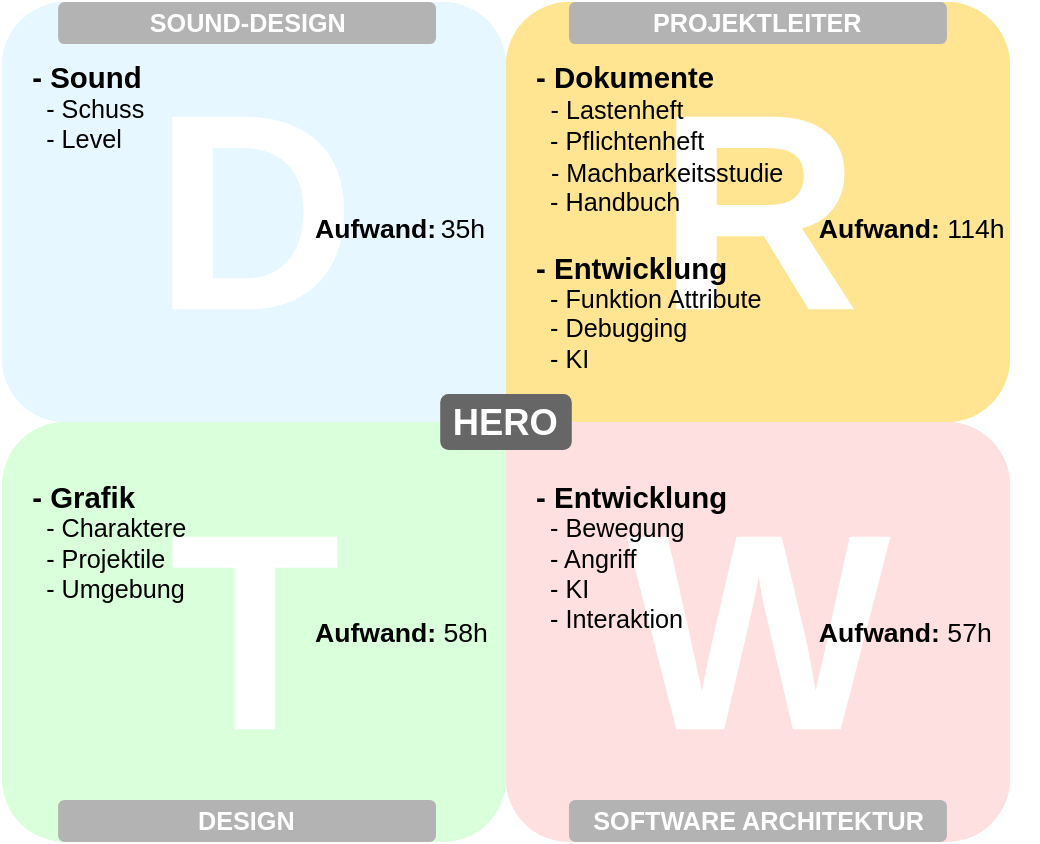
Earlier version of the draw.io export Documentation/presentation/imgs/Aufteilung.svg (mreichl-tgm/hero). Source tidied: cells renumbered, new cells last; positions are measured from the earlier drawing's top-left corner, leaving out a move shared by most shapes.
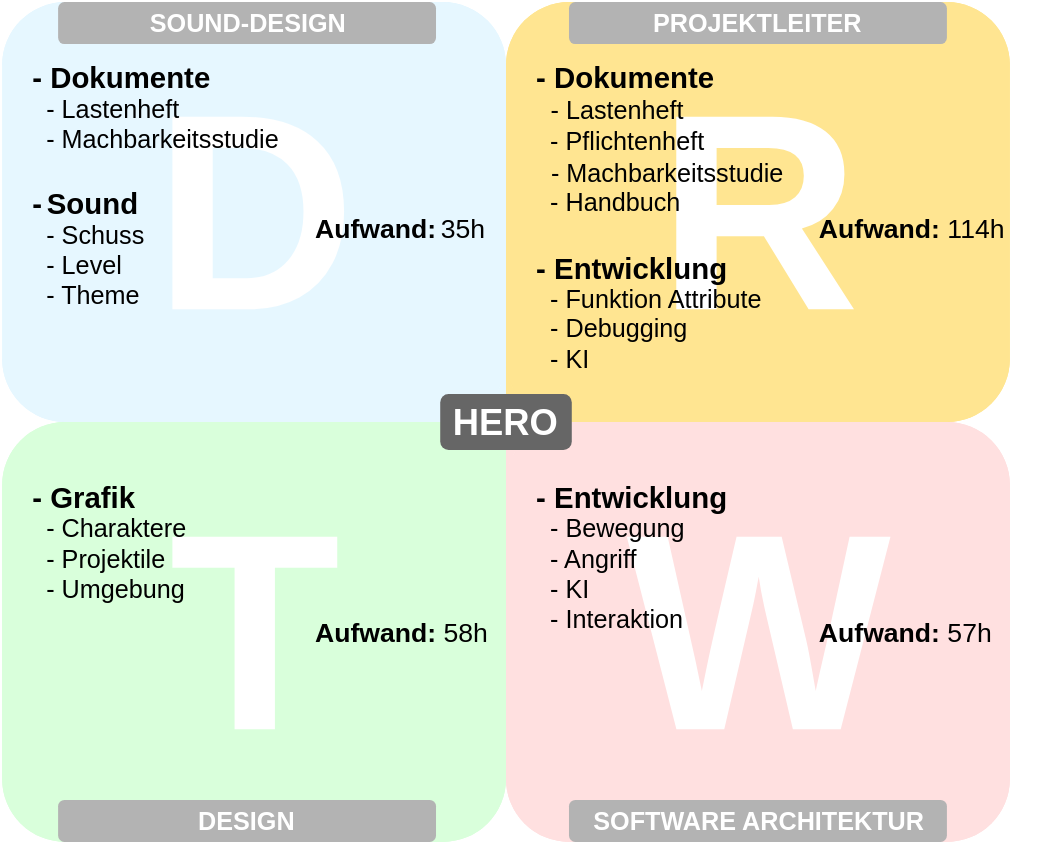
After the change.

Change to the diagram source:
```diff
@@ -74,7 +74,7 @@
     <mxCell id="25" value="W" style="rounded=1;whiteSpace=wrap;fillColor=#FFE0E0;strokeColor=none;fontSize=200;fontStyle=1;fontColor=#FFFFFF;html=1;" parent="1" vertex="1">
       <mxGeometry x="360" y="300" width="360" height="300" as="geometry" />
     </mxCell>
-    <mxCell id="26" value="&lt;font style=&quot;font-size: 21px&quot;&gt;&lt;b&gt;-&lt;/b&gt; &lt;b&gt;Sound&lt;/b&gt;&lt;/font&gt;&lt;div&gt;&lt;font size=&quot;4&quot;&gt;&amp;nbsp; - Schuss&lt;/font&gt;&lt;/div&gt;&lt;div&gt;&lt;font size=&quot;4&quot;&gt;&amp;nbsp; - Level&lt;/font&gt;&lt;/div&gt;" style="text;spacingTop=-5;html=1;" parent="1" vertex="1">
+    <mxCell id="26" value="&lt;div&gt;&lt;font style=&quot;font-size: 21px&quot;&gt;&lt;b&gt;- Dokumente&lt;/b&gt;&lt;/font&gt;&lt;/div&gt;&lt;font&gt;&lt;div&gt;&lt;font size=&quot;4&quot;&gt;&amp;nbsp; - Lastenheft&lt;/font&gt;&lt;/div&gt;&lt;div&gt;&lt;font size=&quot;4&quot;&gt;&amp;nbsp; - Machbarkeitsstudie&lt;/font&gt;&lt;/div&gt;&lt;div&gt;&lt;font size=&quot;4&quot;&gt;&lt;br&gt;&lt;/font&gt;&lt;/div&gt;&lt;span style=&quot;font-weight: bold ; font-size: 21px&quot;&gt;-&lt;/span&gt; &lt;b style=&quot;font-size: 21px&quot;&gt;Sound&lt;/b&gt;&lt;/font&gt;&lt;div&gt;&lt;font style=&quot;font-size: 18px&quot;&gt;&amp;nbsp; - Schuss&lt;/font&gt;&lt;/div&gt;&lt;div&gt;&lt;font style=&quot;font-size: 18px&quot;&gt;&amp;nbsp; - Level&lt;/font&gt;&lt;/div&gt;&lt;div&gt;&lt;font style=&quot;font-size: 18px&quot;&gt;&amp;nbsp; - Theme&lt;/font&gt;&lt;/div&gt;" style="text;spacingTop=-5;html=1;" parent="1" vertex="1">
       <mxGeometry x="20" y="40" width="320" height="260" as="geometry" />
     </mxCell>
     <mxCell id="27" value="&lt;font style=&quot;font-size: 21px&quot;&gt;&lt;b&gt;- Dokumente&lt;/b&gt;&lt;/font&gt;&lt;div&gt;&lt;font style=&quot;font-size: 19px&quot;&gt;&amp;nbsp;&lt;/font&gt;&lt;font style=&quot;font-size: 18px&quot;&gt; - Lastenheft&lt;/font&gt;&lt;/div&gt;&lt;div&gt;&lt;font style=&quot;font-size: 18px&quot;&gt;&amp;nbsp; - Pflichtenheft&lt;/font&gt;&lt;/div&gt;&lt;div&gt;&lt;font style=&quot;font-size: 19px&quot;&gt;&amp;nbsp; &lt;/font&gt;&lt;font style=&quot;font-size: 18px&quot;&gt;- Machbarkeitsstudie&lt;/font&gt;&lt;/div&gt;&lt;div&gt;&lt;font style=&quot;font-size: 18px&quot;&gt;&amp;nbsp; - Handbuch&lt;/font&gt;&lt;/div&gt;&lt;div&gt;&lt;font style=&quot;font-size: 18px&quot;&gt;&lt;br&gt;&lt;/font&gt;&lt;div&gt;&lt;font style=&quot;font-size: 21px&quot;&gt;&lt;b&gt;- Entwicklung&lt;/b&gt;&lt;/font&gt;&lt;/div&gt;&lt;/div&gt;&lt;div&gt;&lt;font style=&quot;font-size: 18px&quot;&gt;&amp;nbsp; - Funktion Attribute&lt;/font&gt;&lt;/div&gt;&lt;div&gt;&lt;font size=&quot;4&quot;&gt;&amp;nbsp; - Debugging&lt;/font&gt;&lt;/div&gt;&lt;div&gt;&lt;font size=&quot;4&quot;&gt;&amp;nbsp; - KI&lt;/font&gt;&lt;/div&gt;" style="text;spacingTop=-5;html=1;" parent="1" vertex="1">
```
